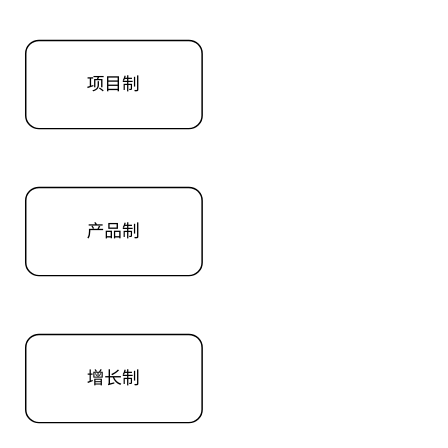
This is 增长黑客.drawio from gml1219/longge, a draw.io file, before an edit. Source tidied: cells renumbered, new cells numbered last; positions are measured from the earlier drawing's top-left corner, leaving out a move shared by most shapes. Both pictures are drawn from the tidied source at 147%, with x=0, y=0 at pixel (25, 40).
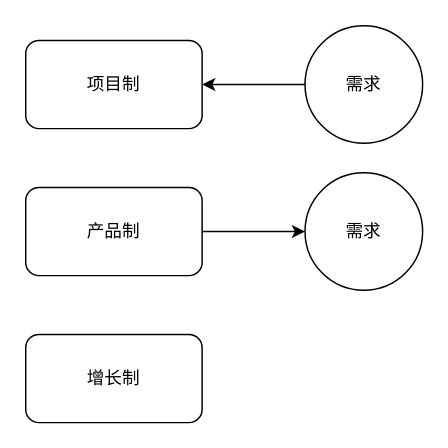
The same page after the edit.

The edit, as a diff of the source:
```diff
@@
 <mxGraphModel>
   <root>
     <mxCell id="0" />
     <mxCell id="1" parent="0" />
+    <mxCell id="5" style="edgeStyle=orthogonalEdgeStyle;rounded=0;jettySize=auto;html=1;exitX=1;exitY=0.5;exitDx=0;exitDy=0;entryX=0;entryY=0.5;entryDx=0;entryDy=0;startArrow=classic;startFill=1;endArrow=none;endFill=0;" parent="1" edge="1" source="2" target="7">
+      <mxGeometry relative="1" as="geometry" />
+    </mxCell>
     <mxCell id="2" value="项目制" style="rounded=1;whiteSpace=wrap;html=1;" parent="1" vertex="1">
       <mxGeometry width="120" height="60" as="geometry" />
     </mxCell>
+    <mxCell id="6" style="edgeStyle=orthogonalEdgeStyle;rounded=0;jettySize=auto;html=1;exitX=1;exitY=0.5;exitDx=0;exitDy=0;entryX=0;entryY=0.5;entryDx=0;entryDy=0;startArrow=none;startFill=0;endArrow=classic;endFill=1;" parent="1" edge="1" source="3" target="8">
+      <mxGeometry relative="1" as="geometry" />
+    </mxCell>
     <mxCell id="3" value="产品制" style="rounded=1;whiteSpace=wrap;html=1;" parent="1" vertex="1">
       <mxGeometry y="100" width="120" height="60" as="geometry" />
     </mxCell>
     <mxCell id="4" value="增长制" style="rounded=1;whiteSpace=wrap;html=1;" parent="1" vertex="1">
       <mxGeometry y="200" width="120" height="60" as="geometry" />
     </mxCell>
+    <mxCell id="7" value="需求" style="ellipse;whiteSpace=wrap;html=1;" parent="1" vertex="1">
+      <mxGeometry x="190" y="-10" width="80" height="80" as="geometry" />
+    </mxCell>
+    <mxCell id="8" value="需求" style="ellipse;whiteSpace=wrap;html=1;" parent="1" vertex="1">
+      <mxGeometry x="190" y="90" width="80" height="80" as="geometry" />
+    </mxCell>
   </root>
 </mxGraphModel>
```
